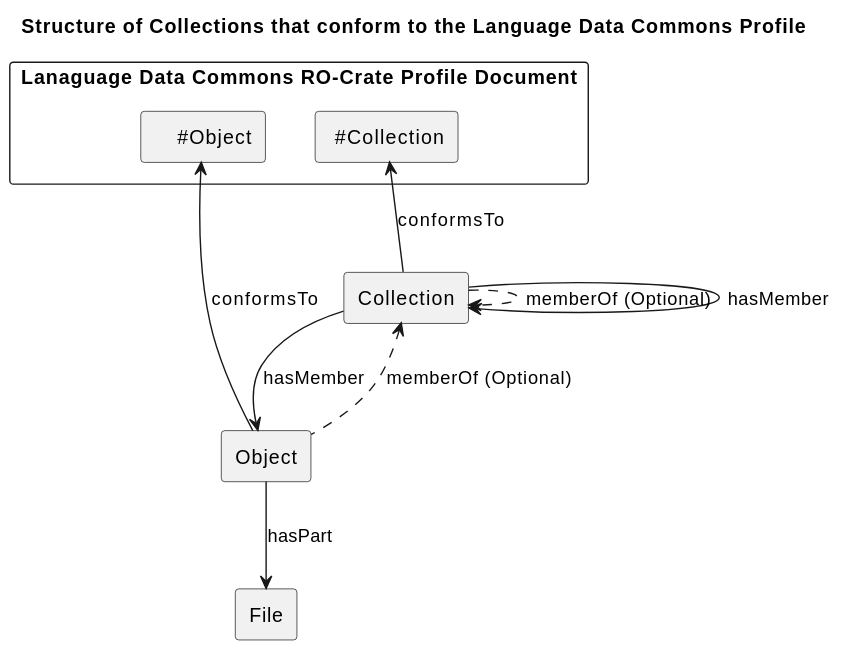
Earlier version of the PlantUML export profile/media/structure.svg (Language-Research-Technology/ldac-profile).
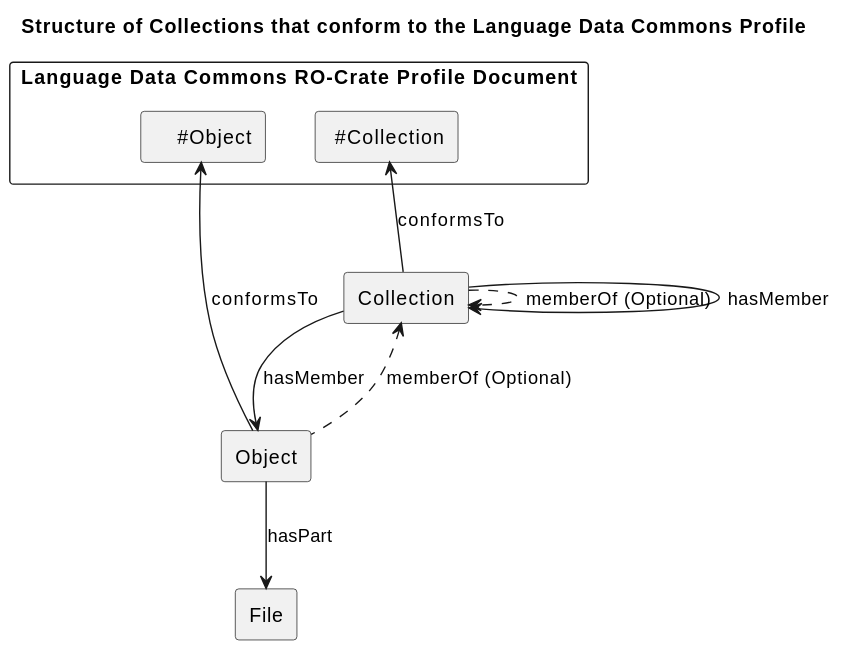
The same diagram one commit later.

Commit message:
latest profile version for review

The edit, as a diff of the source:
```diff
@@ -1,7 +1,7 @@
 @startuml
 title: Structure of Collections that conform to the Language Data Commons Profile
 
-rectangle "Lanaguage Data Commons RO-Crate Profile Document" {
+rectangle "Language Data Commons RO-Crate Profile Document" {
 rectangle " #Collection" as procoll
 rectangle "    #Object" as proobj
 }
```
